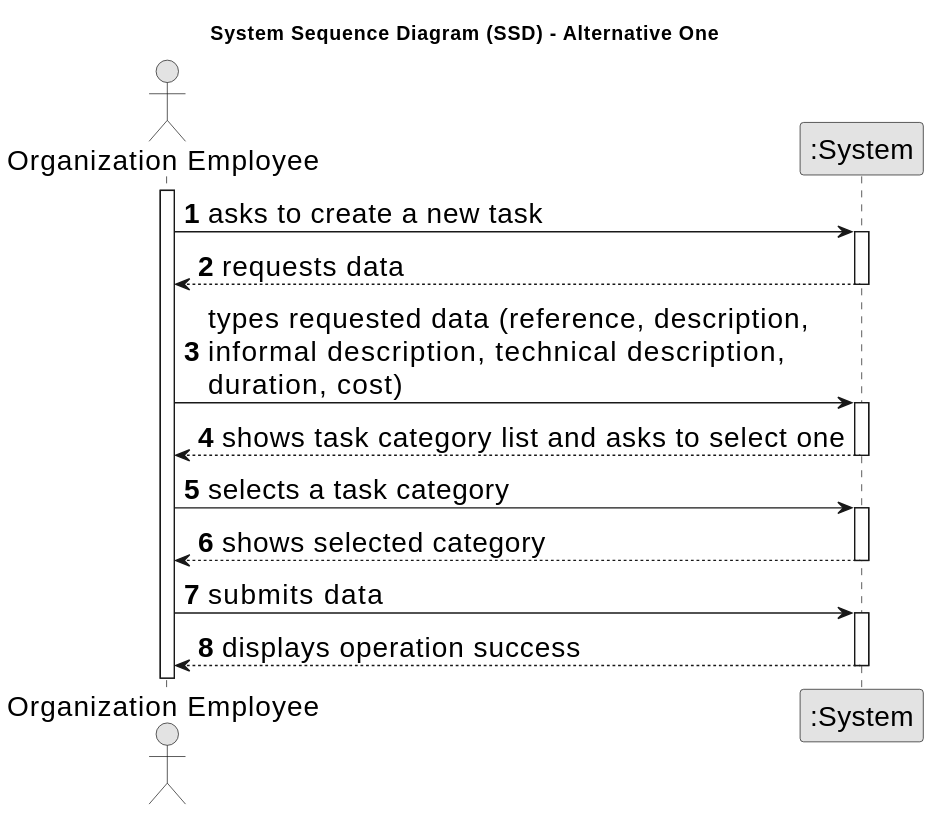
Above: docs/sprintA/us002/01.requirements-engineering/svg/us002-system-sequence-diagram-alternative-one.svg in Goncalves2525/real-estate-management-system (PlantUML), before the change.
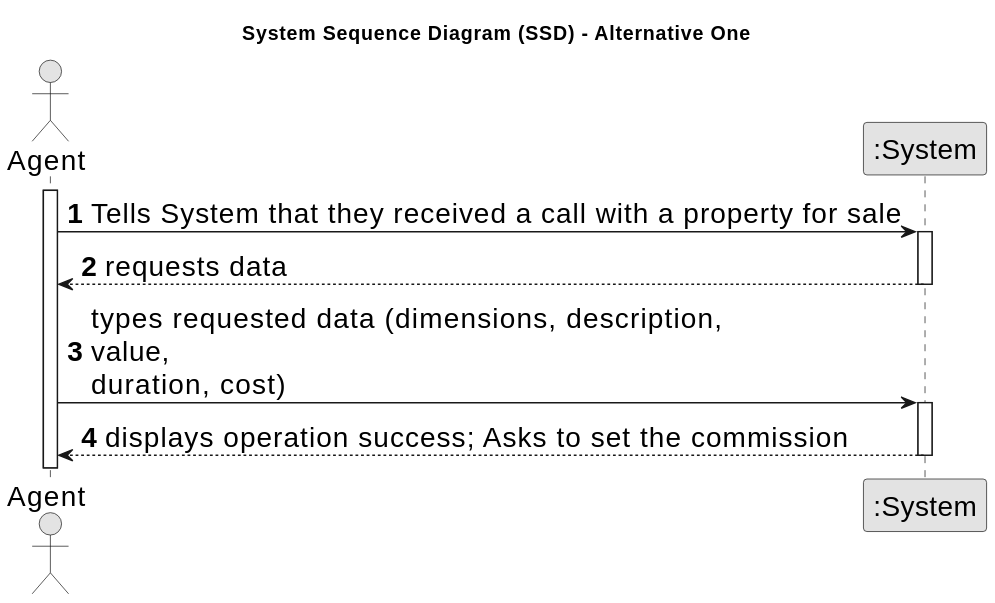
Above is the later version.

Change to the diagram source:
```diff
@@ -8,32 +8,20 @@
 
 autonumber
 
-actor "Organization Employee" as Employee
+actor "Agent" as Agent
 participant ":System" as System
 
-activate Employee
+activate Agent
 
-    Employee -> System : asks to create a new task
+    Agent -> System : Tells System that they received a call with a property for sale
     activate System
 
-        System --> Employee : requests data
+    System --> Agent : requests data
     deactivate System
 
-    Employee -> System : types requested data (reference, description, \ninformal description, technical description,\nduration, cost)
+    Agent -> System : types requested data (dimensions, description, \nvalue,\nduration, cost)
     activate System
 
-        System --> Employee : shows task category list and asks to select one
-    deactivate System
-
-    Employee -> System : selects a task category
-    activate System
-
-        System --> Employee : shows selected category
-    deactivate System
-
-    Employee -> System : submits data
-    activate System
-
-        System --> Employee : displays operation success
+    System --> Agent : displays operation success; Asks to set the commission
     deactivate System
 @enduml
```
